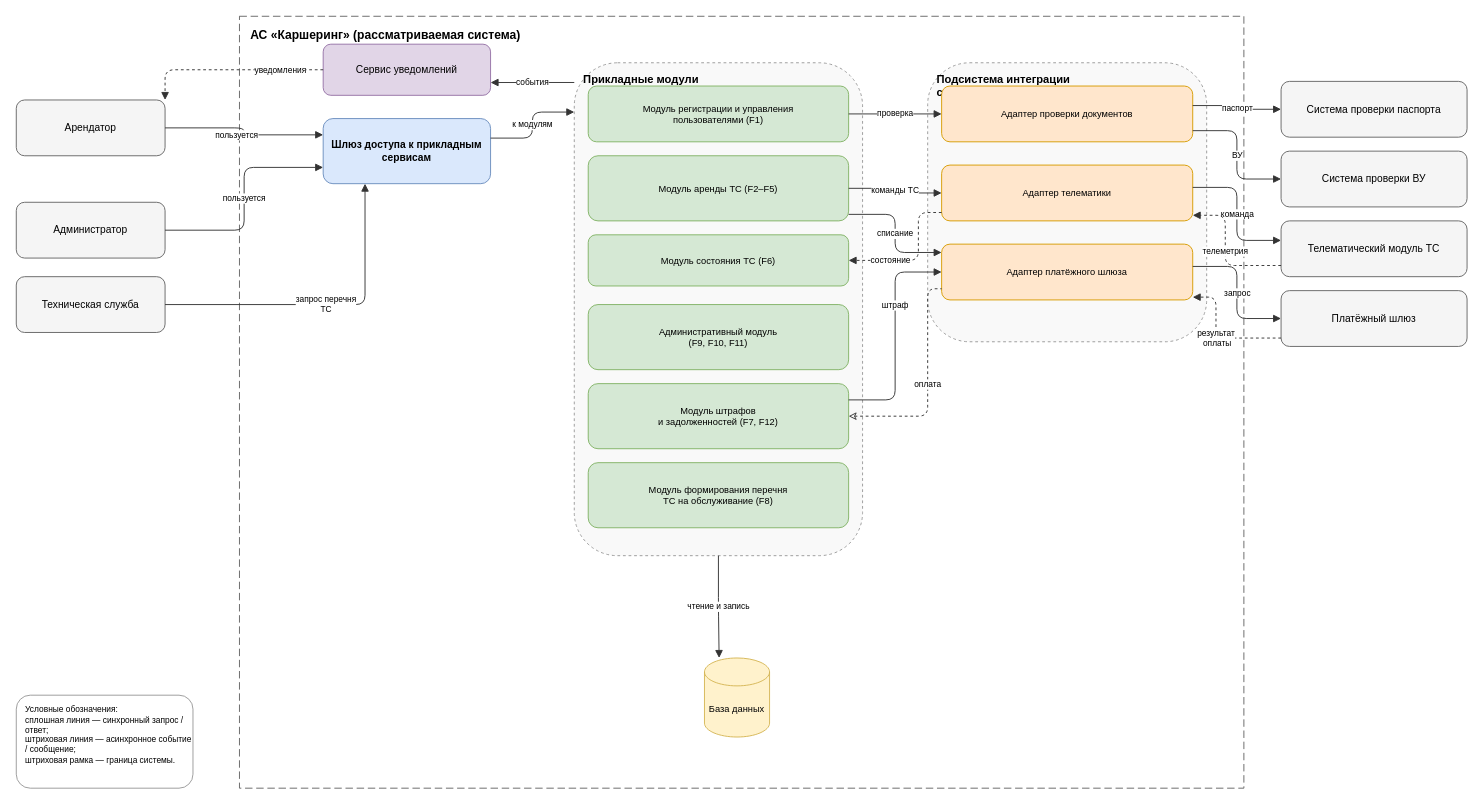
This is 05-architecture/architecture.drawio.xml from maurice-yandex-practicum/IT_Project_Kubrakov, a draw.io file, before an edit. Source tidied: cells renumbered, new cells numbered last; positions are measured from the earlier drawing's top-left corner, leaving out a move shared by most shapes. Both pictures are drawn from the tidied source at 93%, with x=0, y=0 at pixel (16, 16).
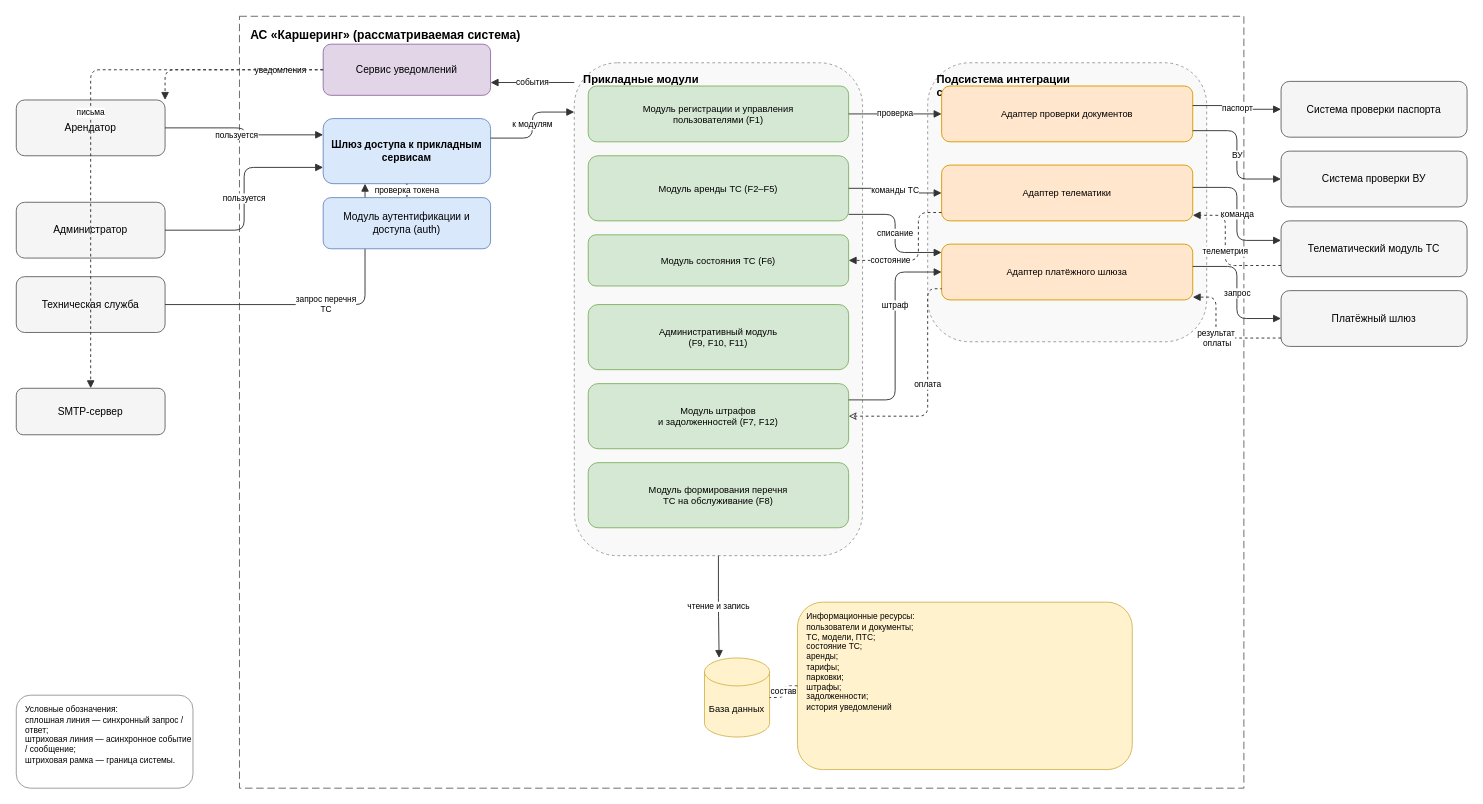
The same page after the edit.

Unchanged cells that the change refers to:
```xml
<mxCell id="3" value="Шлюз доступа к прикладным сервисам" style="rounded=1;whiteSpace=wrap;html=1;fillColor=#dae8fc;strokeColor=#6c8ebf;fontStyle=1;fontSize=11;" parent="1" vertex="1">
  <mxGeometry x="330" y="110" width="180" height="70" as="geometry" />
</mxCell>
<mxCell id="4" value="Сервис уведомлений" style="rounded=1;whiteSpace=wrap;html=1;fillColor=#e1d5e7;strokeColor=#9673a6;fontSize=11;" parent="1" vertex="1">
  <mxGeometry x="330" y="30" width="180" height="55" as="geometry" />
</mxCell>
<mxCell id="16" value="База данных" style="shape=cylinder3;whiteSpace=wrap;html=1;boundedLbl=1;backgroundOutline=1;size=15;fillColor=#fff2cc;strokeColor=#d6b656;fontSize=10;" parent="1" vertex="1">
  <mxGeometry x="740" y="690" width="70" height="85" as="geometry" />
</mxCell>
```

Diff of the diagram source:
```diff
@@
+    <mxCell id="44" value="Модуль аутентификации и доступа (auth)" style="rounded=1;whiteSpace=wrap;html=1;fillColor=#dae8fc;strokeColor=#6c8ebf;fontSize=11;" parent="1" vertex="1">
+      <mxGeometry x="330" y="195" width="180" height="55" as="geometry" />
+    </mxCell>
+    <mxCell id="45" value="проверка токена" style="edgeStyle=orthogonalEdgeStyle;rounded=1;html=1;endArrow=block;strokeColor=#333333;fontSize=9;labelBackgroundColor=#ffffff;" parent="1" edge="1" source="3" target="44">
+      <mxGeometry relative="1" as="geometry" />
+    </mxCell>
+    <mxCell id="46" value="SMTP-сервер" style="rounded=1;whiteSpace=wrap;html=1;fillColor=#f5f5f5;strokeColor=#666666;fontSize=11;" parent="1" vertex="1">
+      <mxGeometry y="400" width="160" height="50" as="geometry" />
+    </mxCell>
+    <mxCell id="47" value="письма" style="edgeStyle=orthogonalEdgeStyle;rounded=1;html=1;dashed=1;endArrow=block;strokeColor=#333333;fontSize=9;labelBackgroundColor=#ffffff;" parent="1" edge="1" source="4" target="46">
+      <mxGeometry relative="1" as="geometry" />
+    </mxCell>
+    <mxCell id="48" value="Информационные ресурсы:&lt;br&gt;пользователи и документы;&lt;br&gt;ТС, модели, ПТС;&lt;br&gt;состояние ТС;&lt;br&gt;аренды;&lt;br&gt;тарифы;&lt;br&gt;парковки;&lt;br&gt;штрафы;&lt;br&gt;задолженности;&lt;br&gt;история уведомлений" style="rounded=1;whiteSpace=wrap;html=1;fillColor=#fff2cc;strokeColor=#d6b656;align=left;verticalAlign=top;spacingLeft=8;spacingTop=4;fontSize=9;" parent="1" vertex="1">
+      <mxGeometry x="840" y="630" width="360" height="180" as="geometry" />
+    </mxCell>
+    <mxCell id="49" value="состав" style="edgeStyle=orthogonalEdgeStyle;rounded=1;html=1;dashed=1;endArrow=none;strokeColor=#333333;fontSize=9;labelBackgroundColor=#ffffff;" parent="1" edge="1" source="48" target="16">
+      <mxGeometry relative="1" as="geometry" />
+    </mxCell>
```
